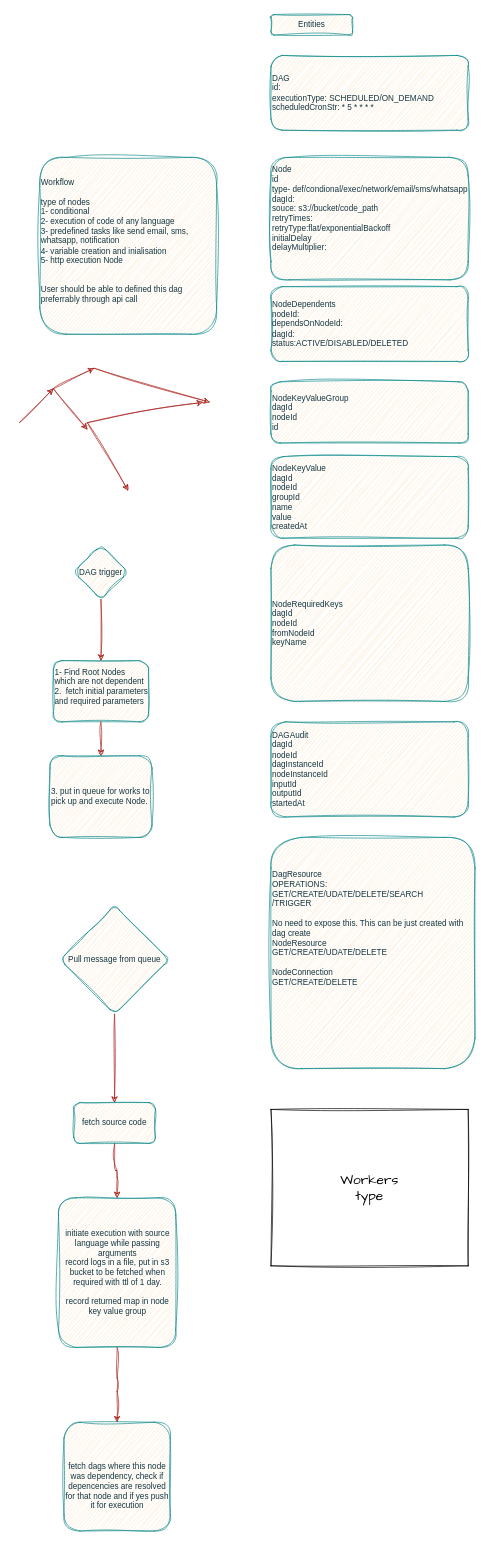
himanshu0511/workflow-engine keeps this draw.io diagram as workflow_engine_design.drawio. Above is the earlier version. Source tidied: cells renumbered, new cells numbered last; positions are measured from the earlier drawing's top-left corner, leaving out a move shared by most shapes. Both pictures are drawn from the tidied source at 68%, with x=0, y=0 at pixel (19, 14).
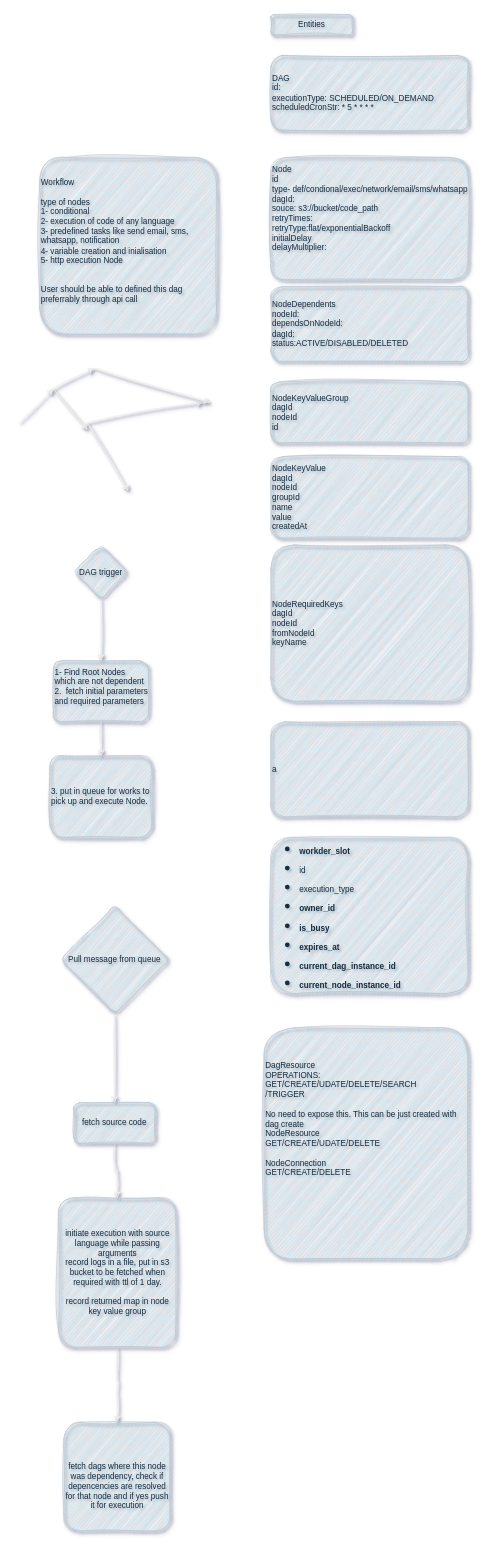
The same diagram, later.

The edit, as a diff of the source:
```diff
@@
-<mxGraphModel background="#ffffff">
+<mxGraphModel background="#ffffff" shadow="1">
@@
-    <mxCell id="2" value="Workflow&lt;br&gt;&lt;br&gt;type of nodes&lt;br&gt;1- conditional&lt;br&gt;2- execution of code of any language&lt;div&gt;3- predefined tasks like send email, sms, whatsapp, notification&lt;br&gt;4- variable creation and inialisation&lt;br&gt;5- http execution Node&lt;/div&gt;&lt;div&gt;&lt;br&gt;&lt;/div&gt;&lt;div&gt;&lt;br&gt;&lt;/div&gt;&lt;div&gt;User should be able to defined this dag preferrably through api call&lt;/div&gt;&lt;div&gt;&lt;br&gt;&lt;/div&gt;" style="rounded=1;whiteSpace=wrap;html=1;align=left;labelBackgroundColor=none;fillColor=#FAE5C7;strokeColor=#0F8B8D;fontColor=#143642;sketch=1;curveFitting=1;jiggle=2;" parent="1" vertex="1">
+    <mxCell id="2" value="Workflow&lt;br&gt;&lt;br&gt;type of nodes&lt;br&gt;1- conditional&lt;br&gt;2- execution of code of any language&lt;div&gt;3- predefined tasks like send email, sms, whatsapp, notification&lt;br&gt;4- variable creation and inialisation&lt;br&gt;5- http execution Node&lt;/div&gt;&lt;div&gt;&lt;br&gt;&lt;/div&gt;&lt;div&gt;&lt;br&gt;&lt;/div&gt;&lt;div&gt;User should be able to defined this dag preferrably through api call&lt;/div&gt;&lt;div&gt;&lt;br&gt;&lt;/div&gt;" style="rounded=1;whiteSpace=wrap;html=1;align=left;labelBackgroundColor=none;shadow=1;strokeOpacity=100;fillColor=#B1DDF0;strokeColor=#BAC8D3;fontColor=#182E3E;sketch=1;curveFitting=1;jiggle=2;" parent="1" vertex="1">
       <mxGeometry x="30" y="210" width="260" height="260" as="geometry" />
     </mxCell>
-    <mxCell id="3" style="endArrow=classic;html=1;rounded=1;labelBackgroundColor=none;strokeColor=#A8201A;fontColor=default;sketch=1;curveFitting=1;jiggle=2;" parent="1" edge="1">
+    <mxCell id="3" style="endArrow=classic;html=1;rounded=1;labelBackgroundColor=none;fontColor=default;shadow=1;strokeOpacity=100;strokeColor=#EEEEEE;sketch=1;curveFitting=1;jiggle=2;" parent="1" edge="1">
       <mxGeometry relative="1" as="geometry">
         <mxPoint y="600" as="sourcePoint" />
         <mxPoint x="50" y="550" as="targetPoint" />
       </mxGeometry>
     </mxCell>
-    <mxCell id="4" style="endArrow=classic;html=1;rounded=1;labelBackgroundColor=none;strokeColor=#A8201A;fontColor=default;sketch=1;curveFitting=1;jiggle=2;" parent="1" edge="1">
+    <mxCell id="4" style="endArrow=classic;html=1;rounded=1;labelBackgroundColor=none;fontColor=default;shadow=1;strokeOpacity=100;strokeColor=#EEEEEE;sketch=1;curveFitting=1;jiggle=2;" parent="1" edge="1">
       <mxGeometry relative="1" as="geometry">
         <mxPoint x="50" y="550" as="sourcePoint" />
         <mxPoint x="100" y="610" as="targetPoint" />
       </mxGeometry>
     </mxCell>
-    <mxCell id="5" style="endArrow=classic;html=1;rounded=1;labelBackgroundColor=none;strokeColor=#A8201A;fontColor=default;sketch=1;curveFitting=1;jiggle=2;" parent="1" edge="1">
+    <mxCell id="5" style="endArrow=classic;html=1;rounded=1;labelBackgroundColor=none;fontColor=default;shadow=1;strokeOpacity=100;strokeColor=#EEEEEE;sketch=1;curveFitting=1;jiggle=2;" parent="1" edge="1">
       <mxGeometry relative="1" as="geometry">
         <mxPoint x="50" y="550" as="sourcePoint" />
         <mxPoint x="110" y="520" as="targetPoint" />
       </mxGeometry>
     </mxCell>
-    <mxCell id="6" style="endArrow=classic;html=1;rounded=1;labelBackgroundColor=none;strokeColor=#A8201A;fontColor=default;sketch=1;curveFitting=1;jiggle=2;" parent="1" edge="1">
+    <mxCell id="6" style="endArrow=classic;html=1;rounded=1;labelBackgroundColor=none;fontColor=default;shadow=1;strokeOpacity=100;strokeColor=#EEEEEE;sketch=1;curveFitting=1;jiggle=2;" parent="1" edge="1">
       <mxGeometry relative="1" as="geometry">
         <mxPoint x="100" y="600" as="sourcePoint" />
         <mxPoint x="160" y="700" as="targetPoint" />
       </mxGeometry>
     </mxCell>
-    <mxCell id="7" style="endArrow=classic;html=1;rounded=1;labelBackgroundColor=none;strokeColor=#A8201A;fontColor=default;sketch=1;curveFitting=1;jiggle=2;" parent="1" edge="1">
+    <mxCell id="7" style="endArrow=classic;html=1;rounded=1;labelBackgroundColor=none;fontColor=default;shadow=1;strokeOpacity=100;strokeColor=#EEEEEE;sketch=1;curveFitting=1;jiggle=2;" parent="1" edge="1">
       <mxGeometry relative="1" as="geometry">
         <mxPoint x="100" y="600" as="sourcePoint" />
         <mxPoint x="270" y="570" as="targetPoint" />
       </mxGeometry>
     </mxCell>
-    <mxCell id="8" style="endArrow=classic;html=1;rounded=1;labelBackgroundColor=none;strokeColor=#A8201A;fontColor=default;sketch=1;curveFitting=1;jiggle=2;" parent="1" edge="1">
+    <mxCell id="8" style="endArrow=classic;html=1;rounded=1;labelBackgroundColor=none;fontColor=default;shadow=1;strokeOpacity=100;strokeColor=#EEEEEE;sketch=1;curveFitting=1;jiggle=2;" parent="1" edge="1">
       <mxGeometry relative="1" as="geometry">
         <mxPoint x="110" y="520" as="sourcePoint" />
         <mxPoint x="280" y="570" as="targetPoint" />
       </mxGeometry>
     </mxCell>
-    <mxCell id="9" value="Node&lt;br&gt;id&lt;br&gt;type- def/condional/exec/network/email/sms/whatsapp&lt;div&gt;dagId:&amp;nbsp;&lt;/div&gt;&lt;div&gt;souce: s3://bucket/code_path&lt;br&gt;retryTimes:&lt;br&gt;retryType:flat/exponentialBackoff&lt;br&gt;initialDelay&lt;br&gt;delayMultiplier:&lt;br&gt;&lt;br&gt;&lt;/div&gt;&lt;div&gt;&lt;br&gt;&lt;/div&gt;" style="rounded=1;whiteSpace=wrap;html=1;align=left;labelBackgroundColor=none;fillColor=#FAE5C7;strokeColor=#0F8B8D;fontColor=#143642;sketch=1;curveFitting=1;jiggle=2;" parent="1" vertex="1">
+    <mxCell id="9" value="Node&lt;br&gt;id&lt;br&gt;type- def/condional/exec/network/email/sms/whatsapp&lt;div&gt;dagId:&amp;nbsp;&lt;/div&gt;&lt;div&gt;souce: s3://bucket/code_path&lt;br&gt;retryTimes:&lt;br&gt;retryType:flat/exponentialBackoff&lt;br&gt;initialDelay&lt;br&gt;delayMultiplier:&lt;br&gt;&lt;br&gt;&lt;/div&gt;&lt;div&gt;&lt;br&gt;&lt;/div&gt;" style="rounded=1;whiteSpace=wrap;html=1;align=left;labelBackgroundColor=none;shadow=1;strokeOpacity=100;fillColor=#B1DDF0;strokeColor=#BAC8D3;fontColor=#182E3E;sketch=1;curveFitting=1;jiggle=2;" parent="1" vertex="1">
       <mxGeometry x="370" y="210" width="290" height="180" as="geometry" />
     </mxCell>
-    <mxCell id="10" value="Entities" style="rounded=1;whiteSpace=wrap;html=1;labelBackgroundColor=none;fillColor=#FAE5C7;strokeColor=#0F8B8D;fontColor=#143642;sketch=1;curveFitting=1;jiggle=2;" parent="1" vertex="1">
+    <mxCell id="10" value="Entities" style="rounded=1;whiteSpace=wrap;html=1;labelBackgroundColor=none;shadow=1;strokeOpacity=100;fillColor=#B1DDF0;strokeColor=#BAC8D3;fontColor=#182E3E;sketch=1;curveFitting=1;jiggle=2;" parent="1" vertex="1">
       <mxGeometry x="370" width="120" height="30" as="geometry" />
     </mxCell>
-    <mxCell id="11" value="NodeDependents&lt;br&gt;nodeId:&lt;br&gt;dependsOnNodeId:&lt;div&gt;dagId:&amp;nbsp;&lt;br&gt;status:ACTIVE/DISABLED/DELETED&lt;/div&gt;" style="rounded=1;whiteSpace=wrap;html=1;align=left;labelBackgroundColor=none;fillColor=#FAE5C7;strokeColor=#0F8B8D;fontColor=#143642;sketch=1;curveFitting=1;jiggle=2;" parent="1" vertex="1">
+    <mxCell id="11" value="NodeDependents&lt;br&gt;nodeId:&lt;br&gt;dependsOnNodeId:&lt;div&gt;dagId:&amp;nbsp;&lt;br&gt;status:ACTIVE/DISABLED/DELETED&lt;/div&gt;" style="rounded=1;whiteSpace=wrap;html=1;align=left;labelBackgroundColor=none;shadow=1;strokeOpacity=100;fillColor=#B1DDF0;strokeColor=#BAC8D3;fontColor=#182E3E;sketch=1;curveFitting=1;jiggle=2;" parent="1" vertex="1">
       <mxGeometry x="370" y="400" width="290" height="110" as="geometry" />
     </mxCell>
-    <mxCell id="12" value="DAG&lt;br&gt;id:&lt;br&gt;executionType: SCHEDULED/ON_DEMAND&lt;div&gt;scheduledCronStr: * 5 * * * *&lt;/div&gt;" style="rounded=1;whiteSpace=wrap;html=1;align=left;labelBackgroundColor=none;fillColor=#FAE5C7;strokeColor=#0F8B8D;fontColor=#143642;sketch=1;curveFitting=1;jiggle=2;" parent="1" vertex="1">
+    <mxCell id="12" value="DAG&lt;br&gt;id:&lt;br&gt;executionType: SCHEDULED/ON_DEMAND&lt;div&gt;scheduledCronStr: * 5 * * * *&lt;/div&gt;" style="rounded=1;whiteSpace=wrap;html=1;align=left;labelBackgroundColor=none;shadow=1;strokeOpacity=100;fillColor=#B1DDF0;strokeColor=#BAC8D3;fontColor=#182E3E;sketch=1;curveFitting=1;jiggle=2;" parent="1" vertex="1">
       <mxGeometry x="370" y="60" width="290" height="110" as="geometry" />
     </mxCell>
-    <mxCell id="13" value="DagResource&lt;div&gt;OPERATIONS: GET/CREATE/UDATE/DELETE/SEARCH&lt;/div&gt;&lt;div&gt;/TRIGGER&lt;/div&gt;&lt;div&gt;&lt;br&gt;No need to expose this. This can be just created with dag create&lt;/div&gt;&lt;div&gt;NodeResource&lt;/div&gt;&lt;div&gt;GET/CREATE/UDATE/DELETE&lt;/div&gt;&lt;div&gt;&lt;br&gt;&lt;/div&gt;&lt;div&gt;NodeConnection&lt;/div&gt;&lt;div&gt;GET/CREATE/DELETE&lt;/div&gt;&lt;div&gt;&lt;br&gt;&lt;/div&gt;&lt;div&gt;&lt;br&gt;&lt;/div&gt;&lt;div&gt;&lt;br&gt;&lt;/div&gt;&lt;div&gt;&lt;br&gt;&lt;/div&gt;&lt;div&gt;&lt;br&gt;&lt;/div&gt;" style="rounded=1;whiteSpace=wrap;html=1;align=left;labelBackgroundColor=none;fillColor=#FAE5C7;strokeColor=#0F8B8D;fontColor=#143642;sketch=1;curveFitting=1;jiggle=2;" parent="1" vertex="1">
-      <mxGeometry x="370" y="1210" width="300" height="340" as="geometry" />
+    <mxCell id="13" value="DagResource&lt;div&gt;OPERATIONS: GET/CREATE/UDATE/DELETE/SEARCH&lt;/div&gt;&lt;div&gt;/TRIGGER&lt;/div&gt;&lt;div&gt;&lt;br&gt;No need to expose this. This can be just created with dag create&lt;/div&gt;&lt;div&gt;NodeResource&lt;/div&gt;&lt;div&gt;GET/CREATE/UDATE/DELETE&lt;/div&gt;&lt;div&gt;&lt;br&gt;&lt;/div&gt;&lt;div&gt;NodeConnection&lt;/div&gt;&lt;div&gt;GET/CREATE/DELETE&lt;/div&gt;&lt;div&gt;&lt;br&gt;&lt;/div&gt;&lt;div&gt;&lt;br&gt;&lt;/div&gt;&lt;div&gt;&lt;br&gt;&lt;/div&gt;&lt;div&gt;&lt;br&gt;&lt;/div&gt;&lt;div&gt;&lt;br&gt;&lt;/div&gt;" style="rounded=1;whiteSpace=wrap;html=1;align=left;labelBackgroundColor=none;shadow=1;strokeOpacity=100;fillColor=#B1DDF0;strokeColor=#BAC8D3;fontColor=#182E3E;sketch=1;curveFitting=1;jiggle=2;" parent="1" vertex="1">
+      <mxGeometry x="360" y="1490" width="300" height="340" as="geometry" />
     </mxCell>
-    <mxCell id="14" style="edgeStyle=orthogonalEdgeStyle;rounded=1;jettySize=auto;html=1;labelBackgroundColor=none;strokeColor=#A8201A;fontColor=default;sketch=1;curveFitting=1;jiggle=2;" parent="1" edge="1" source="15" target="17">
+    <mxCell id="14" style="edgeStyle=orthogonalEdgeStyle;rounded=1;jettySize=auto;html=1;labelBackgroundColor=none;fontColor=default;shadow=1;strokeOpacity=100;strokeColor=#EEEEEE;sketch=1;curveFitting=1;jiggle=2;" parent="1" edge="1" source="15" target="17">
       <mxGeometry relative="1" as="geometry" />
     </mxCell>
-    <mxCell id="15" value="DAG trigger" style="rhombus;whiteSpace=wrap;html=1;labelBackgroundColor=none;fillColor=#FAE5C7;strokeColor=#0F8B8D;fontColor=#143642;sketch=1;curveFitting=1;jiggle=2;rounded=1;" parent="1" vertex="1">
+    <mxCell id="15" value="DAG trigger" style="rhombus;whiteSpace=wrap;html=1;labelBackgroundColor=none;rounded=1;shadow=1;strokeOpacity=100;fillColor=#B1DDF0;strokeColor=#BAC8D3;fontColor=#182E3E;sketch=1;curveFitting=1;jiggle=2;" parent="1" vertex="1">
       <mxGeometry x="80" y="780" width="80" height="80" as="geometry" />
     </mxCell>
-    <mxCell id="16" style="edgeStyle=orthogonalEdgeStyle;rounded=1;jettySize=auto;html=1;labelBackgroundColor=none;strokeColor=#A8201A;fontColor=default;sketch=1;curveFitting=1;jiggle=2;" parent="1" edge="1" source="17" target="22">
+    <mxCell id="16" style="edgeStyle=orthogonalEdgeStyle;rounded=1;jettySize=auto;html=1;labelBackgroundColor=none;fontColor=default;shadow=1;strokeOpacity=100;strokeColor=#EEEEEE;sketch=1;curveFitting=1;jiggle=2;" parent="1" edge="1" source="17" target="22">
       <mxGeometry relative="1" as="geometry" />
     </mxCell>
-    <mxCell id="17" value="1- Find Root Nodes which are not dependent 2.&amp;nbsp; fetch initial parameters and required parameters&lt;div&gt;&lt;br/&gt;&lt;/div&gt;" style="whiteSpace=wrap;html=1;align=left;labelBackgroundColor=none;fillColor=#FAE5C7;strokeColor=#0F8B8D;fontColor=#143642;sketch=1;curveFitting=1;jiggle=2;rounded=1;" parent="1" vertex="1">
+    <mxCell id="17" value="1- Find Root Nodes which are not dependent 2.&amp;nbsp; fetch initial parameters and required parameters&lt;div&gt;&lt;br/&gt;&lt;/div&gt;" style="whiteSpace=wrap;html=1;align=left;labelBackgroundColor=none;rounded=1;shadow=1;strokeOpacity=100;fillColor=#B1DDF0;strokeColor=#BAC8D3;fontColor=#182E3E;sketch=1;curveFitting=1;jiggle=2;" parent="1" vertex="1">
       <mxGeometry x="50" y="950" width="140" height="90" as="geometry" />
     </mxCell>
-    <mxCell id="18" value="NodeKeyValueGroup&lt;div&gt;dagId&lt;/div&gt;&lt;div&gt;nodeId&lt;br&gt;&lt;/div&gt;&lt;div&gt;id&lt;/div&gt;" style="rounded=1;whiteSpace=wrap;html=1;align=left;labelBackgroundColor=none;fillColor=#FAE5C7;strokeColor=#0F8B8D;fontColor=#143642;sketch=1;curveFitting=1;jiggle=2;" parent="1" vertex="1">
+    <mxCell id="18" value="NodeKeyValueGroup&lt;div&gt;dagId&lt;/div&gt;&lt;div&gt;nodeId&lt;br&gt;&lt;/div&gt;&lt;div&gt;id&lt;/div&gt;" style="rounded=1;whiteSpace=wrap;html=1;align=left;labelBackgroundColor=none;shadow=1;strokeOpacity=100;fillColor=#B1DDF0;strokeColor=#BAC8D3;fontColor=#182E3E;sketch=1;curveFitting=1;jiggle=2;" parent="1" vertex="1">
       <mxGeometry x="370" y="540" width="290" height="90" as="geometry" />
     </mxCell>
-    <mxCell id="19" value="DAGAudit&lt;div&gt;dagId&lt;/div&gt;&lt;div&gt;nodeId&lt;br&gt;dagInstanceId&lt;/div&gt;&lt;div&gt;nodeInstanceId&lt;/div&gt;&lt;div&gt;inputId&lt;/div&gt;&lt;div&gt;outputId&lt;/div&gt;&lt;div&gt;startedAt&lt;/div&gt;" style="rounded=1;whiteSpace=wrap;html=1;align=left;labelBackgroundColor=none;fillColor=#FAE5C7;strokeColor=#0F8B8D;fontColor=#143642;sketch=1;curveFitting=1;jiggle=2;" parent="1" vertex="1">
+    <mxCell id="19" value="a" style="rounded=1;whiteSpace=wrap;html=1;align=left;labelBackgroundColor=none;shadow=1;strokeOpacity=100;fillColor=#B1DDF0;strokeColor=#BAC8D3;fontColor=#182E3E;sketch=1;curveFitting=1;jiggle=2;" parent="1" vertex="1">
       <mxGeometry x="370" y="1040" width="290" height="140" as="geometry" />
     </mxCell>
-    <mxCell id="20" value="NodeKeyValue&lt;div&gt;dagId&lt;/div&gt;&lt;div&gt;nodeId&lt;br&gt;&lt;/div&gt;&lt;div&gt;groupId&lt;/div&gt;&lt;div&gt;name&lt;/div&gt;&lt;div&gt;value&lt;/div&gt;&lt;div&gt;createdAt&lt;/div&gt;" style="rounded=1;whiteSpace=wrap;html=1;align=left;labelBackgroundColor=none;fillColor=#FAE5C7;strokeColor=#0F8B8D;fontColor=#143642;sketch=1;curveFitting=1;jiggle=2;" parent="1" vertex="1">
+    <mxCell id="20" value="NodeKeyValue&lt;div&gt;dagId&lt;/div&gt;&lt;div&gt;nodeId&lt;br&gt;&lt;/div&gt;&lt;div&gt;groupId&lt;/div&gt;&lt;div&gt;name&lt;/div&gt;&lt;div&gt;value&lt;/div&gt;&lt;div&gt;createdAt&lt;/div&gt;" style="rounded=1;whiteSpace=wrap;html=1;align=left;labelBackgroundColor=none;shadow=1;strokeOpacity=100;fillColor=#B1DDF0;strokeColor=#BAC8D3;fontColor=#182E3E;sketch=1;curveFitting=1;jiggle=2;" parent="1" vertex="1">
       <mxGeometry x="370" y="650" width="290" height="120" as="geometry" />
     </mxCell>
-    <mxCell id="21" value="NodeRequiredKeys&lt;div&gt;dagId&lt;/div&gt;&lt;div&gt;nodeId&lt;/div&gt;&lt;div&gt;fromNodeId&lt;/div&gt;&lt;div&gt;keyName&lt;/div&gt;" style="rounded=1;whiteSpace=wrap;html=1;align=left;labelBackgroundColor=none;fillColor=#FAE5C7;strokeColor=#0F8B8D;fontColor=#143642;sketch=1;curveFitting=1;jiggle=2;" parent="1" vertex="1">
+    <mxCell id="21" value="NodeRequiredKeys&lt;div&gt;dagId&lt;/div&gt;&lt;div&gt;nodeId&lt;/div&gt;&lt;div&gt;fromNodeId&lt;/div&gt;&lt;div&gt;keyName&lt;/div&gt;" style="rounded=1;whiteSpace=wrap;html=1;align=left;labelBackgroundColor=none;shadow=1;strokeOpacity=100;fillColor=#B1DDF0;strokeColor=#BAC8D3;fontColor=#182E3E;sketch=1;curveFitting=1;jiggle=2;" parent="1" vertex="1">
       <mxGeometry x="370" y="780" width="290" height="230" as="geometry" />
     </mxCell>
-    <mxCell id="22" value="3. put in queue for works to pick up and execute Node." style="whiteSpace=wrap;html=1;align=left;labelBackgroundColor=none;fillColor=#FAE5C7;strokeColor=#0F8B8D;fontColor=#143642;sketch=1;curveFitting=1;jiggle=2;rounded=1;" parent="1" vertex="1">
+    <mxCell id="22" value="3. put in queue for works to pick up and execute Node." style="whiteSpace=wrap;html=1;align=left;labelBackgroundColor=none;rounded=1;shadow=1;strokeOpacity=100;fillColor=#B1DDF0;strokeColor=#BAC8D3;fontColor=#182E3E;sketch=1;curveFitting=1;jiggle=2;" parent="1" vertex="1">
       <mxGeometry x="45" y="1090" width="150" height="120" as="geometry" />
     </mxCell>
-    <mxCell id="23" style="edgeStyle=orthogonalEdgeStyle;rounded=1;jettySize=auto;html=1;labelBackgroundColor=none;strokeColor=#A8201A;fontColor=default;sketch=1;curveFitting=1;jiggle=2;" parent="1" edge="1" source="24" target="26">
+    <mxCell id="23" style="edgeStyle=orthogonalEdgeStyle;rounded=1;jettySize=auto;html=1;labelBackgroundColor=none;fontColor=default;shadow=1;strokeOpacity=100;strokeColor=#EEEEEE;sketch=1;curveFitting=1;jiggle=2;" parent="1" edge="1" source="24" target="26">
       <mxGeometry relative="1" as="geometry" />
     </mxCell>
-    <mxCell id="24" value="Pull message from queue" style="rhombus;whiteSpace=wrap;html=1;labelBackgroundColor=none;fillColor=#FAE5C7;strokeColor=#0F8B8D;fontColor=#143642;sketch=1;curveFitting=1;jiggle=2;rounded=1;" parent="1" vertex="1">
+    <mxCell id="24" value="Pull message from queue" style="rhombus;whiteSpace=wrap;html=1;labelBackgroundColor=none;rounded=1;shadow=1;strokeOpacity=100;fillColor=#B1DDF0;strokeColor=#BAC8D3;fontColor=#182E3E;sketch=1;curveFitting=1;jiggle=2;" parent="1" vertex="1">
       <mxGeometry x="60" y="1310" width="160" height="160" as="geometry" />
     </mxCell>
-    <mxCell id="25" style="edgeStyle=orthogonalEdgeStyle;rounded=1;jettySize=auto;html=1;labelBackgroundColor=none;strokeColor=#A8201A;fontColor=default;sketch=1;curveFitting=1;jiggle=2;" parent="1" edge="1" source="26" target="28">
+    <mxCell id="25" style="edgeStyle=orthogonalEdgeStyle;rounded=1;jettySize=auto;html=1;labelBackgroundColor=none;fontColor=default;shadow=1;strokeOpacity=100;strokeColor=#EEEEEE;sketch=1;curveFitting=1;jiggle=2;" parent="1" edge="1" source="26" target="28">
       <mxGeometry relative="1" as="geometry" />
     </mxCell>
-    <mxCell id="26" value="fetch source code" style="whiteSpace=wrap;html=1;labelBackgroundColor=none;fillColor=#FAE5C7;strokeColor=#0F8B8D;fontColor=#143642;sketch=1;curveFitting=1;jiggle=2;rounded=1;" parent="1" vertex="1">
+    <mxCell id="26" value="fetch source code" style="whiteSpace=wrap;html=1;labelBackgroundColor=none;rounded=1;shadow=1;strokeOpacity=100;fillColor=#B1DDF0;strokeColor=#BAC8D3;fontColor=#182E3E;sketch=1;curveFitting=1;jiggle=2;" parent="1" vertex="1">
       <mxGeometry x="80" y="1600" width="120" height="60" as="geometry" />
     </mxCell>
-    <mxCell id="27" style="edgeStyle=orthogonalEdgeStyle;rounded=1;jettySize=auto;html=1;labelBackgroundColor=none;strokeColor=#A8201A;fontColor=default;sketch=1;curveFitting=1;jiggle=2;" parent="1" edge="1" source="28" target="29">
+    <mxCell id="27" style="edgeStyle=orthogonalEdgeStyle;rounded=1;jettySize=auto;html=1;labelBackgroundColor=none;fontColor=default;shadow=1;strokeOpacity=100;strokeColor=#EEEEEE;sketch=1;curveFitting=1;jiggle=2;" parent="1" edge="1" source="28" target="29">
       <mxGeometry relative="1" as="geometry" />
     </mxCell>
-    <mxCell id="28" value="initiate execution with source language while passing arguments&lt;br&gt;record logs in a file, put in s3 bucket to be fetched when required with ttl of 1 day.&lt;br&gt;&lt;br&gt;record returned map in node key value group" style="whiteSpace=wrap;html=1;labelBackgroundColor=none;fillColor=#FAE5C7;strokeColor=#0F8B8D;fontColor=#143642;sketch=1;curveFitting=1;jiggle=2;rounded=1;" parent="1" vertex="1">
+    <mxCell id="28" value="initiate execution with source language while passing arguments&lt;br&gt;record logs in a file, put in s3 bucket to be fetched when required with ttl of 1 day.&lt;br&gt;&lt;br&gt;record returned map in node key value group" style="whiteSpace=wrap;html=1;labelBackgroundColor=none;rounded=1;shadow=1;strokeOpacity=100;fillColor=#B1DDF0;strokeColor=#BAC8D3;fontColor=#182E3E;sketch=1;curveFitting=1;jiggle=2;" parent="1" vertex="1">
       <mxGeometry x="57.5" y="1740" width="172.5" height="220" as="geometry" />
     </mxCell>
-    <mxCell id="29" value="&lt;br&gt;&lt;br&gt;fetch dags where this node was dependency, check if depencencies are resolved for that node and if yes push it for execution" style="whiteSpace=wrap;html=1;labelBackgroundColor=none;fillColor=#FAE5C7;strokeColor=#0F8B8D;fontColor=#143642;sketch=1;curveFitting=1;jiggle=2;rounded=1;" parent="1" vertex="1">
+    <mxCell id="29" value="&lt;br&gt;&lt;br&gt;fetch dags where this node was dependency, check if depencencies are resolved for that node and if yes push it for execution" style="whiteSpace=wrap;html=1;labelBackgroundColor=none;rounded=1;shadow=1;strokeOpacity=100;fillColor=#B1DDF0;strokeColor=#BAC8D3;fontColor=#182E3E;sketch=1;curveFitting=1;jiggle=2;" parent="1" vertex="1">
       <mxGeometry x="65.6" y="2070" width="156.2" height="160" as="geometry" />
     </mxCell>
-    <mxCell id="30" value="Workers&lt;br&gt;type&lt;br&gt;" style="rounded=0;whiteSpace=wrap;html=1;sketch=1;hachureGap=4;jiggle=2;curveFitting=1;fontFamily=Architects Daughter;fontSize=20;" parent="1" vertex="1">
-      <mxGeometry x="370" y="1610" width="290" height="230" as="geometry" />
+    <mxCell id="30" value="&lt;h3&gt;&lt;ul&gt;&lt;li&gt;&lt;span style=&quot;&quot;&gt;&lt;font style=&quot;font-size: 12px;&quot;&gt;workder_slot&lt;/font&gt;&lt;/span&gt;&lt;/li&gt;&lt;li&gt;&lt;span style=&quot;font-size: 12px; background-color: initial; font-weight: normal;&quot;&gt;id&lt;/span&gt;&lt;/li&gt;&lt;li&gt;&lt;span style=&quot;font-size: 12px; background-color: initial; font-weight: normal;&quot;&gt;execution_type&lt;/span&gt;&lt;/li&gt;&lt;li&gt;&lt;font style=&quot;font-size: 12px;&quot;&gt;&lt;span style=&quot;&quot;&gt;&lt;font style=&quot;font-size: 12px;&quot;&gt;owner_id&lt;/font&gt;&lt;/span&gt;&lt;/font&gt;&lt;/li&gt;&lt;li&gt;&lt;font style=&quot;font-size: 12px;&quot;&gt;&lt;span style=&quot;&quot;&gt;&lt;font style=&quot;font-size: 12px;&quot;&gt;is_busy&lt;/font&gt;&lt;/span&gt;&lt;/font&gt;&lt;/li&gt;&lt;li&gt;&lt;font style=&quot;font-size: 12px;&quot;&gt;&lt;span style=&quot;&quot;&gt;&lt;font style=&quot;font-size: 12px;&quot;&gt;expires_at&lt;/font&gt;&lt;/span&gt;&lt;/font&gt;&lt;/li&gt;&lt;li&gt;&lt;font style=&quot;font-size: 12px;&quot;&gt;&lt;span style=&quot;&quot;&gt;&lt;font style=&quot;font-size: 12px;&quot;&gt;current_dag_instance_id&lt;/font&gt;&lt;/span&gt;&lt;/font&gt;&lt;/li&gt;&lt;li&gt;&lt;font style=&quot;font-size: 12px;&quot;&gt;&lt;span style=&quot;&quot;&gt;&lt;font style=&quot;font-size: 12px;&quot;&gt;current_node_instance_id&lt;/font&gt;&lt;/span&gt;&lt;/font&gt;&lt;/li&gt;&lt;/ul&gt;&lt;/h3&gt;&lt;h3&gt;&lt;/h3&gt;&lt;h3&gt;&lt;/h3&gt;&lt;p style=&quot;font-size: 12px;&quot;&gt;&lt;/p&gt;&lt;div style=&quot;&quot;&gt;&lt;/div&gt;&lt;div style=&quot;&quot;&gt;&lt;/div&gt;&lt;div style=&quot;&quot;&gt;&lt;/div&gt;&lt;div style=&quot;&quot;&gt;&lt;/div&gt;&lt;div style=&quot;&quot;&gt;&lt;/div&gt;&lt;div style=&quot;&quot;&gt;&lt;/div&gt;&lt;div style=&quot;&quot;&gt;&lt;/div&gt;" style="rounded=1;whiteSpace=wrap;html=1;hachureGap=4;fontFamily=Helvetica;fontSize=20;align=left;labelBackgroundColor=none;labelBorderColor=none;shadow=1;strokeOpacity=100;fillColor=#B1DDF0;strokeColor=#BAC8D3;fontColor=#182E3E;sketch=1;curveFitting=1;jiggle=2;" parent="1" vertex="1">
+      <mxGeometry x="370" y="1210" width="290" height="230" as="geometry" />
     </mxCell>
```
